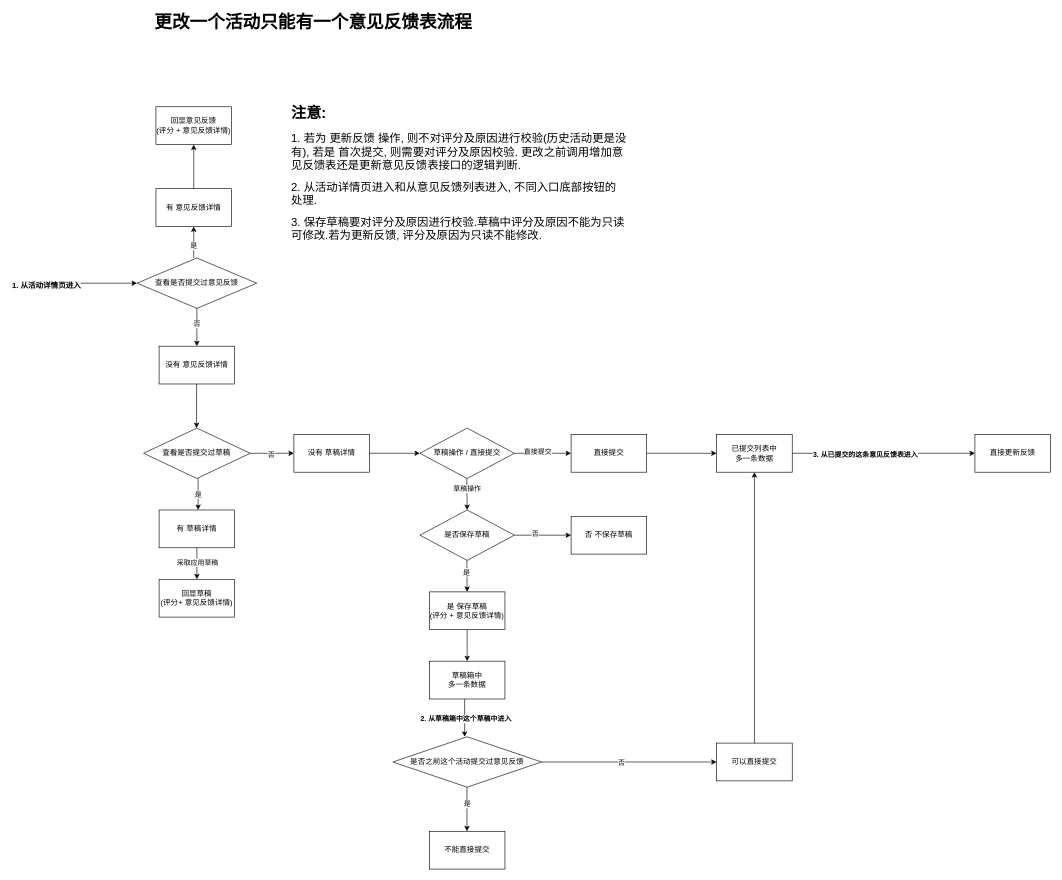
This is 未命名绘图.drawio from bo-bi/resource, a draw.io file, before an edit. Source tidied: cells renumbered, new cells numbered last; positions are measured from the earlier drawing's top-left corner, leaving out a move shared by most shapes. Both pictures are drawn from the tidied source at 63%, with x=0, y=0 at pixel (11, 12).
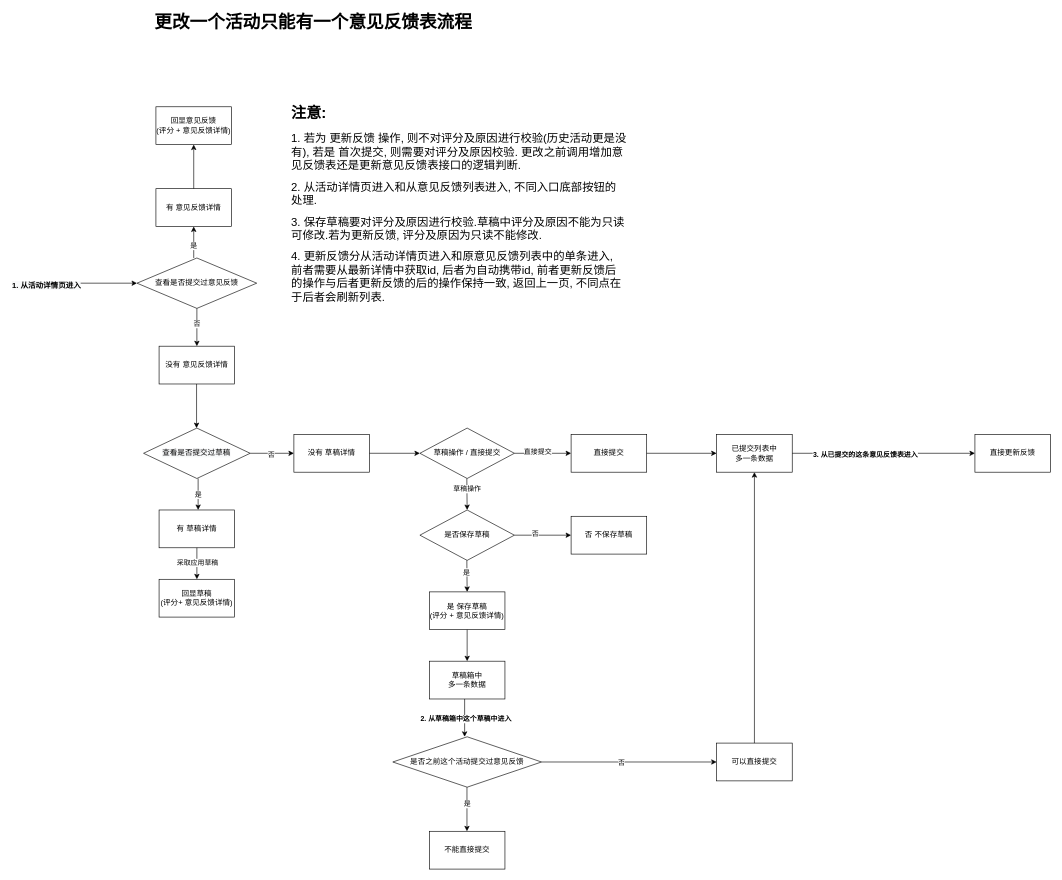
Above is the later version.

Commit message:
更新未命名绘图.drawio

Diff of the diagram source:
```diff
@@
-    <mxCell id="55" value="&lt;h1&gt;注意:&lt;/h1&gt;&lt;p&gt;&lt;span style=&quot;font-size: 18px; background-color: initial;&quot;&gt;1. 若为 更新反馈 操作, 则不对评分及原因进行校验(历史活动更是没有), 若是 首次提交, 则需要对评分及原因校验.&amp;nbsp;&lt;/span&gt;&lt;span style=&quot;background-color: initial; font-size: 18px;&quot;&gt;更改之前调用增加意见反馈表还是更新意见反馈表接口的逻辑判断.&lt;/span&gt;&lt;/p&gt;&lt;p&gt;&lt;span style=&quot;background-color: initial; font-size: 18px;&quot;&gt;2. 从活动详情页进入和从意见反馈列表进入, 不同入口底部按钮的处理.&lt;/span&gt;&lt;/p&gt;&lt;p&gt;&lt;span style=&quot;background-color: initial; font-size: 18px;&quot;&gt;3. 保存草稿要对评分及原因进行校验.草稿中评分及原因不能为只读可修改.若为更新反馈, 评分及原因为只读不能修改.&lt;/span&gt;&lt;/p&gt;" style="text;html=1;strokeColor=none;fillColor=none;spacing=5;spacingTop=-20;whiteSpace=wrap;overflow=hidden;rounded=0;" parent="1" vertex="1">
-      <mxGeometry x="440" y="140" width="540" height="240" as="geometry" />
+    <mxCell id="55" value="&lt;h1&gt;注意:&lt;/h1&gt;&lt;p&gt;&lt;span style=&quot;font-size: 18px; background-color: initial;&quot;&gt;1. 若为 更新反馈 操作, 则不对评分及原因进行校验(历史活动更是没有), 若是 首次提交, 则需要对评分及原因校验.&amp;nbsp;&lt;/span&gt;&lt;span style=&quot;background-color: initial; font-size: 18px;&quot;&gt;更改之前调用增加意见反馈表还是更新意见反馈表接口的逻辑判断.&lt;/span&gt;&lt;/p&gt;&lt;p&gt;&lt;span style=&quot;background-color: initial; font-size: 18px;&quot;&gt;2. 从活动详情页进入和从意见反馈列表进入, 不同入口底部按钮的处理.&lt;/span&gt;&lt;/p&gt;&lt;p&gt;&lt;span style=&quot;background-color: initial; font-size: 18px;&quot;&gt;3. 保存草稿要对评分及原因进行校验.草稿中评分及原因不能为只读可修改.若为更新反馈, 评分及原因为只读不能修改.&lt;/span&gt;&lt;/p&gt;&lt;p&gt;&lt;span style=&quot;background-color: initial; font-size: 18px;&quot;&gt;4. 更新反馈分从活动详情页进入和原意见反馈列表中的单条进入, 前者需要从最新详情中获取id, 后者为自动携带id, 前者更新反馈后的操作与后者更新反馈的后的操作保持一致, 返回上一页, 不同点在于后者会刷新列表.&lt;/span&gt;&lt;/p&gt;&lt;p&gt;&lt;span style=&quot;background-color: initial; font-size: 18px;&quot;&gt;&lt;br&gt;&lt;/span&gt;&lt;/p&gt;&lt;p&gt;&lt;span style=&quot;background-color: initial; font-size: 18px;&quot;&gt;&lt;br&gt;&lt;/span&gt;&lt;/p&gt;" style="text;html=1;strokeColor=none;fillColor=none;spacing=5;spacingTop=-20;whiteSpace=wrap;overflow=hidden;rounded=0;" parent="1" vertex="1">
+      <mxGeometry x="440" y="140" width="540" height="350" as="geometry" />
     </mxCell>
```
